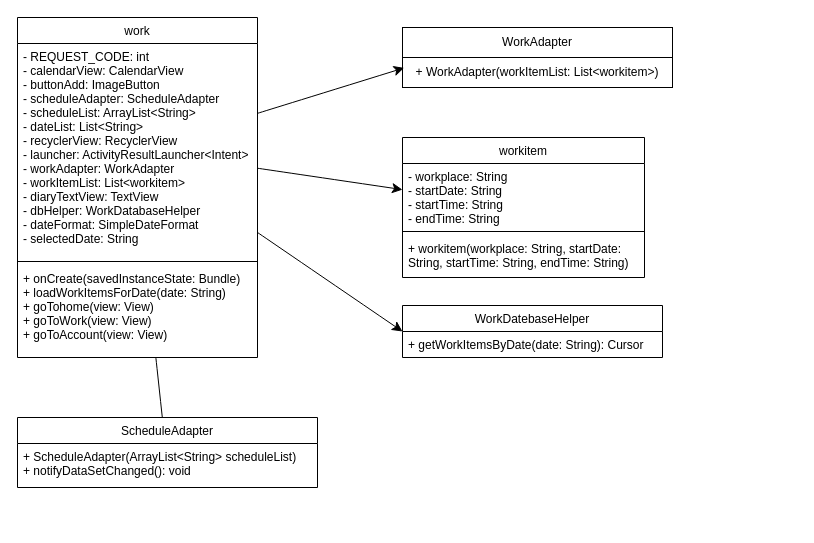
The draw.io diagram page "Page-1" (1 of 2) of Calendar_work.drawio in Learnercotae/Baekjoon_coding_practice, before the edit. Source tidied: cells renumbered, new cells numbered last; positions are measured from the earlier drawing's top-left corner, leaving out a move shared by most shapes. Both pictures are drawn from the tidied source at 100%, with x=0, y=0 at pixel (17, 17).
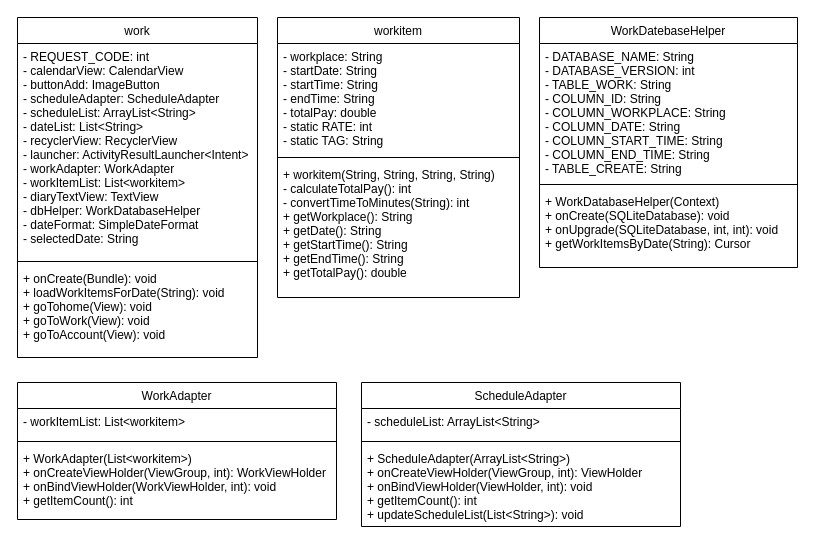
After the change.

The change refers to these unchanged cells:
```xml
<mxCell id="3" value="work" style="swimlane;fontStyle=0;align=center;verticalAlign=top;horizontal=1;startSize=26;rounded=0;shadow=0;strokeWidth=1;" parent="1" vertex="1">
  <mxGeometry width="240" height="340" as="geometry" />
</mxCell>
<mxCell id="4" value="- REQUEST_CODE: int&#10;- calendarView: CalendarView&#10;- buttonAdd: ImageButton&#10;- scheduleAdapter: ScheduleAdapter&#10;- scheduleList: ArrayList&lt;String&gt;&#10;- dateList: List&lt;String&gt;&#10;- recyclerView: RecyclerView&#10;- launcher: ActivityResultLauncher&lt;Intent&gt;&#10;- workAdapter: WorkAdapter&#10;- workItemList: List&lt;workitem&gt;&#10;- diaryTextView: TextView&#10;- dbHelper: WorkDatabaseHelper&#10;- dateFormat: SimpleDateFormat&#10;- selectedDate: String  " style="text;align=left;verticalAlign=top;spacingLeft=4;spacingRight=4;overflow=hidden;points=[[0,0.5],[1,0.5]];portConstraint=eastwest;" parent="3" vertex="1">
  <mxGeometry y="26" width="240" height="214" as="geometry" />
</mxCell>
```

The edit, as a diff of the source:
```diff
@@
-    <mxCell id="2" style="edgeStyle=none;curved=1;rounded=0;jettySize=auto;html=1;fontSize=12;startSize=8;endSize=8;" parent="1" edge="1" source="3" target="19">
-      <mxGeometry relative="1" as="geometry" />
-    </mxCell>
@@
-    <mxCell id="6" value="+ onCreate(savedInstanceState: Bundle)&#10;+ loadWorkItemsForDate(date: String)&#10;+ goTohome(view: View)&#10;+ goToWork(view: View)&#10;+ goToAccount(view: View)    " style="text;align=left;verticalAlign=top;spacingLeft=4;spacingRight=4;overflow=hidden;" parent="3" vertex="1">
+    <mxCell id="6" value="+ onCreate(Bundle): void&#10;+ loadWorkItemsForDate(String): void&#10;+ goTohome(View): void&#10;+ goToWork(View): void&#10;+ goToAccount(View): void" style="text;align=left;verticalAlign=top;spacingLeft=4;spacingRight=4;overflow=hidden;" parent="3" vertex="1">
       <mxGeometry y="248" width="240" height="92" as="geometry" />
     </mxCell>
-    <mxCell id="7" value="WorkDatebaseHelper" style="swimlane;fontStyle=0;align=center;verticalAlign=top;horizontal=1;startSize=26;rounded=0;shadow=0;strokeWidth=1;" parent="1" vertex="1">
-      <mxGeometry x="385" y="288" width="260" height="52" as="geometry" />
-    </mxCell>
-    <mxCell id="8" value="+ getWorkItemsByDate(date: String): Cursor" style="text;align=left;verticalAlign=top;spacingLeft=4;spacingRight=4;overflow=hidden;" parent="7" vertex="1">
-      <mxGeometry y="26" width="260" height="26" as="geometry" />
-    </mxCell>
     <mxCell id="9" value="workitem" style="swimlane;fontStyle=0;align=center;verticalAlign=top;horizontal=1;startSize=26;rounded=0;shadow=0;strokeWidth=1;" parent="1" vertex="1">
-      <mxGeometry x="385" y="120" width="242" height="140" as="geometry" />
+      <mxGeometry x="260" width="242" height="280" as="geometry" />
     </mxCell>
-    <mxCell id="10" value="- workplace: String&#10;- startDate: String&#10;- startTime: String&#10;- endTime: String" style="text;align=left;verticalAlign=top;spacingLeft=4;spacingRight=4;overflow=hidden;" parent="9" vertex="1">
-      <mxGeometry y="26" width="242" height="64" as="geometry" />
+    <mxCell id="10" value="- workplace: String&#10;- startDate: String&#10;- startTime: String&#10;- endTime: String&#10;- totalPay: double&#10;- static RATE: int&#10;- static TAG: String&#10;" style="text;align=left;verticalAlign=top;spacingLeft=4;spacingRight=4;overflow=hidden;" parent="9" vertex="1">
+      <mxGeometry y="26" width="242" height="110" as="geometry" />
     </mxCell>
     <mxCell id="11" style="line;html=1;strokeWidth=1;align=left;verticalAlign=middle;spacingTop=-1;spacingLeft=3;spacingRight=3;labelPosition=right;" parent="9" vertex="1">
-      <mxGeometry y="90" width="242" height="8" as="geometry" />
+      <mxGeometry y="136" width="242" height="8" as="geometry" />
     </mxCell>
-    <mxCell id="12" value="+ workitem(workplace: String, startDate:&#10;String, startTime: String, endTime: String)  " style="text;align=left;verticalAlign=top;spacingLeft=4;spacingRight=4;overflow=hidden;" parent="9" vertex="1">
-      <mxGeometry y="98" width="242" height="42" as="geometry" />
+    <mxCell id="12" value="+ workitem(String, String, String, String)&#10;- calculateTotalPay(): int&#10;- convertTimeToMinutes(String): int&#10;+ getWorkplace(): String&#10;+ getDate(): String&#10;+ getStartTime(): String&#10;+ getEndTime(): String&#10;+ getTotalPay(): double" style="text;align=left;verticalAlign=top;spacingLeft=4;spacingRight=4;overflow=hidden;" parent="9" vertex="1">
+      <mxGeometry y="144" width="242" height="130" as="geometry" />
     </mxCell>
+    <mxCell id="7" value="WorkDatebaseHelper" style="swimlane;fontStyle=0;align=center;verticalAlign=top;horizontal=1;startSize=26;rounded=0;shadow=0;strokeWidth=1;" parent="1" vertex="1">
+      <mxGeometry x="522" width="258" height="250" as="geometry" />
+    </mxCell>
+    <mxCell id="20" value="- DATABASE_NAME: String&#10;- DATABASE_VERSION: int&#10;- TABLE_WORK: String&#10;- COLUMN_ID: String&#10;- COLUMN_WORKPLACE: String&#10;- COLUMN_DATE: String&#10;- COLUMN_START_TIME: String&#10;- COLUMN_END_TIME: String&#10;- TABLE_CREATE: String" style="text;align=left;verticalAlign=top;spacingLeft=4;spacingRight=4;overflow=hidden;" parent="7" vertex="1">
+      <mxGeometry y="26" width="258" height="137" as="geometry" />
+    </mxCell>
+    <mxCell id="21" style="line;html=1;strokeWidth=1;align=left;verticalAlign=middle;spacingTop=-1;spacingLeft=3;spacingRight=3;labelPosition=right;" parent="7" vertex="1">
+      <mxGeometry y="163" width="258" height="8" as="geometry" />
+    </mxCell>
+    <mxCell id="22" value="+ WorkDatabaseHelper(Context)&#10;+ onCreate(SQLiteDatabase): void&#10;+ onUpgrade(SQLiteDatabase, int, int): void&#10;+ getWorkItemsByDate(String): Cursor" style="text;align=left;verticalAlign=top;spacingLeft=4;spacingRight=4;overflow=hidden;" parent="7" vertex="1">
+      <mxGeometry y="171" width="258" height="73" as="geometry" />
+    </mxCell>
-    <mxCell id="13" value="WorkAdapter" style="rounded=0;whiteSpace=wrap;html=1;" parent="1" vertex="1">
-      <mxGeometry x="385" y="10" width="270" height="30" as="geometry" />
+    <mxCell id="13" value="WorkAdapter" style="swimlane;fontStyle=0;align=center;verticalAlign=top;horizontal=1;startSize=26;rounded=0;shadow=0;strokeWidth=1;" parent="1" vertex="1">
+      <mxGeometry y="365" width="319" height="137" as="geometry" />
     </mxCell>
-    <mxCell id="14" value="+ WorkAdapter(workItemList: List&amp;lt;workitem&amp;gt;)" style="rounded=0;whiteSpace=wrap;html=1;" parent="1" vertex="1">
-      <mxGeometry x="385" y="40" width="270" height="30" as="geometry" />
-    </mxCell>
-    <mxCell id="15" style="edgeStyle=none;curved=1;rounded=0;jettySize=auto;html=1;entryX=0.006;entryY=0.129;entryDx=0;entryDy=0;entryPerimeter=0;fontSize=12;startSize=8;endSize=8;" parent="1" edge="1" source="4">
-      <mxGeometry relative="1" as="geometry">
-        <mxPoint x="386.7" y="50.4" as="targetPoint" />
-      </mxGeometry>
-    </mxCell>
-    <mxCell id="16" style="edgeStyle=none;curved=1;rounded=0;jettySize=auto;html=1;fontSize=12;startSize=8;endSize=8;" parent="1" edge="1" source="4" target="9">
-      <mxGeometry relative="1" as="geometry" />
-    </mxCell>
-    <mxCell id="17" style="edgeStyle=none;curved=1;rounded=0;jettySize=auto;html=1;entryX=0;entryY=0.5;entryDx=0;entryDy=0;fontSize=12;startSize=8;endSize=8;" parent="1" edge="1" source="4" target="7">
-      <mxGeometry relative="1" as="geometry" />
-    </mxCell>
+    <mxCell id="23" value="- workItemList: List&lt;workitem&gt;&#10;" style="text;align=left;verticalAlign=top;spacingLeft=4;spacingRight=4;overflow=hidden;" parent="13" vertex="1">
+      <mxGeometry y="26" width="319" height="29" as="geometry" />
+    </mxCell>
+    <mxCell id="24" style="line;html=1;strokeWidth=1;align=left;verticalAlign=middle;spacingTop=-1;spacingLeft=3;spacingRight=3;labelPosition=right;" parent="13" vertex="1">
+      <mxGeometry y="55" width="319" height="8" as="geometry" />
+    </mxCell>
+    <mxCell id="25" value="+ WorkAdapter(List&lt;workitem&gt;)&#10;+ onCreateViewHolder(ViewGroup, int): WorkViewHolder&#10;+ onBindViewHolder(WorkViewHolder, int): void&#10;+ getItemCount(): int" style="text;align=left;verticalAlign=top;spacingLeft=4;spacingRight=4;overflow=hidden;" parent="13" vertex="1">
+      <mxGeometry y="63" width="319" height="68" as="geometry" />
+    </mxCell>
     <mxCell id="18" value="ScheduleAdapter" style="swimlane;fontStyle=0;align=center;verticalAlign=top;horizontal=1;startSize=26;rounded=0;shadow=0;strokeWidth=1;" parent="1" vertex="1">
-      <mxGeometry y="400" width="300" height="70" as="geometry" />
+      <mxGeometry x="344" y="365" width="319" height="144" as="geometry" />
     </mxCell>
-    <mxCell id="19" value="+ ScheduleAdapter(ArrayList&lt;String&gt; scheduleList)&#10;+ notifyDataSetChanged(): void" style="text;align=left;verticalAlign=top;spacingLeft=4;spacingRight=4;overflow=hidden;points=[[0,0.5],[1,0.5]];portConstraint=eastwest;" parent="18" vertex="1">
-      <mxGeometry y="26" width="300" height="44" as="geometry" />
-    </mxCell>
+    <mxCell id="26" value="- scheduleList: ArrayList&lt;String&gt;&#10;" style="text;align=left;verticalAlign=top;spacingLeft=4;spacingRight=4;overflow=hidden;" parent="18" vertex="1">
+      <mxGeometry y="26" width="319" height="29" as="geometry" />
+    </mxCell>
+    <mxCell id="27" style="line;html=1;strokeWidth=1;align=left;verticalAlign=middle;spacingTop=-1;spacingLeft=3;spacingRight=3;labelPosition=right;" parent="18" vertex="1">
+      <mxGeometry y="55" width="319" height="8" as="geometry" />
+    </mxCell>
+    <mxCell id="28" value="+ ScheduleAdapter(ArrayList&lt;String&gt;)&#10;+ onCreateViewHolder(ViewGroup, int): ViewHolder&#10;+ onBindViewHolder(ViewHolder, int): void&#10;+ getItemCount(): int&#10;+ updateScheduleList(List&lt;String&gt;): void" style="text;align=left;verticalAlign=top;spacingLeft=4;spacingRight=4;overflow=hidden;" parent="18" vertex="1">
+      <mxGeometry y="63" width="319" height="81" as="geometry" />
+    </mxCell>
```
